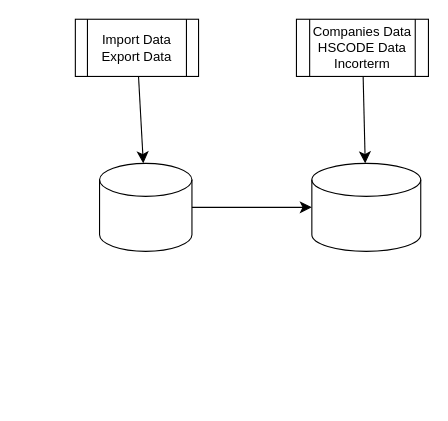
This is Untitled Diagram.drawio from nndk91/RAG_ImEx, a draw.io file, before an edit. Source tidied: cells renumbered, new cells numbered last; positions are measured from the earlier drawing's top-left corner, leaving out a move shared by most shapes. Both pictures are drawn from the tidied source at 110%, with x=0, y=0 at pixel (75, 19).
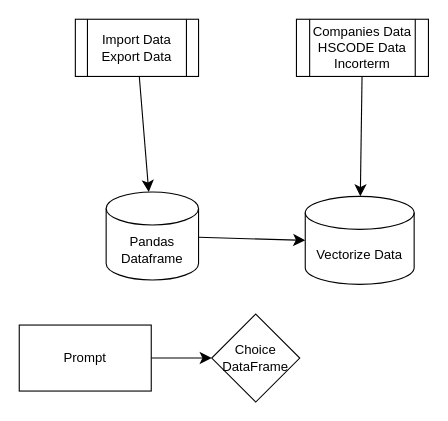
The same page after the edit.

What changed in the source:
```diff
@@
 <mxGraphModel>
   <root>
     <mxCell id="0" />
     <mxCell id="1" parent="0" />
     <mxCell id="2" style="edgeStyle=none;curved=1;rounded=0;jettySize=auto;html=1;fontSize=12;startSize=8;endSize=8;" parent="1" edge="1" source="3" target="4">
       <mxGeometry relative="1" as="geometry" />
     </mxCell>
     <mxCell id="3" value="Import Data&lt;div&gt;Export Data&lt;/div&gt;" style="shape=process;whiteSpace=wrap;html=1;backgroundOutline=1;" parent="1" vertex="1">
       <mxGeometry width="112" height="52" as="geometry" />
     </mxCell>
-    <mxCell id="4" style="shape=cylinder3;whiteSpace=wrap;html=1;boundedLbl=1;backgroundOutline=1;size=15;" parent="1" vertex="1">
-      <mxGeometry x="22" y="131" width="84" height="80" as="geometry" />
+    <mxCell id="4" value="Pandas Dataframe" style="shape=cylinder3;whiteSpace=wrap;html=1;boundedLbl=1;backgroundOutline=1;size=15;" parent="1" vertex="1">
+      <mxGeometry x="28" y="157" width="84" height="80" as="geometry" />
     </mxCell>
     <mxCell id="5" style="edgeStyle=none;curved=1;rounded=0;jettySize=auto;html=1;fontSize=12;startSize=8;endSize=8;" parent="1" edge="1" source="6" target="8">
       <mxGeometry relative="1" as="geometry" />
     </mxCell>
     <mxCell id="6" value="Companies Data&lt;div&gt;HSCODE Data&lt;/div&gt;&lt;div&gt;Incorterm&lt;/div&gt;" style="shape=process;whiteSpace=wrap;html=1;backgroundOutline=1;" parent="1" vertex="1">
       <mxGeometry x="201" width="120" height="52" as="geometry" />
     </mxCell>
     <mxCell id="7" style="edgeStyle=none;curved=1;rounded=0;jettySize=auto;html=1;fontSize=12;startSize=8;endSize=8;entryX=0;entryY=0.5;entryDx=0;entryDy=0;entryPerimeter=0;" parent="1" edge="1" source="4" target="8">
       <mxGeometry relative="1" as="geometry" />
     </mxCell>
-    <mxCell id="8" style="shape=cylinder3;whiteSpace=wrap;html=1;boundedLbl=1;backgroundOutline=1;size=15;" parent="1" vertex="1">
-      <mxGeometry x="215" y="131" width="99" height="80" as="geometry" />
+    <mxCell id="8" value="Vectorize Data" style="shape=cylinder3;whiteSpace=wrap;html=1;boundedLbl=1;backgroundOutline=1;size=15;" parent="1" vertex="1">
+      <mxGeometry x="209" y="161" width="99" height="80" as="geometry" />
     </mxCell>
+    <mxCell id="9" style="edgeStyle=none;curved=1;rounded=0;jettySize=auto;html=1;fontSize=12;startSize=8;endSize=8;" parent="1" edge="1" source="10" target="11">
+      <mxGeometry relative="1" as="geometry" />
+    </mxCell>
+    <mxCell id="10" value="Prompt" style="rounded=0;whiteSpace=wrap;html=1;" parent="1" vertex="1">
+      <mxGeometry x="-51" y="278" width="120" height="60" as="geometry" />
+    </mxCell>
+    <mxCell id="11" value="Choice DataFrame" style="rhombus;whiteSpace=wrap;html=1;" parent="1" vertex="1">
+      <mxGeometry x="124" y="268" width="80" height="80" as="geometry" />
+    </mxCell>
   </root>
 </mxGraphModel>
```
